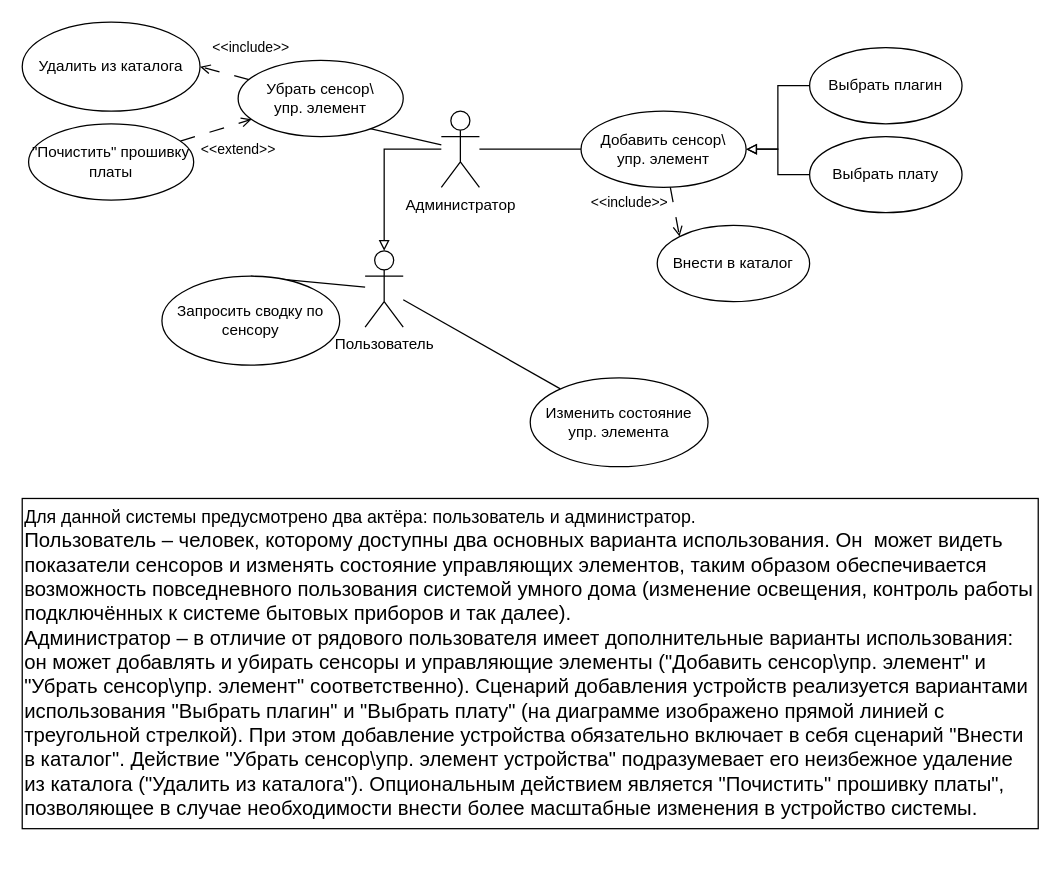
Above: LAb4/Usecases.drawio in tireks/OOAP (draw.io), before the change. Source tidied: cells renumbered, new cells numbered last; positions are measured from the earlier drawing's top-left corner, leaving out a move shared by most shapes. Both pictures are drawn from the tidied source at 127%, with x=0, y=0 at pixel (22, 22).
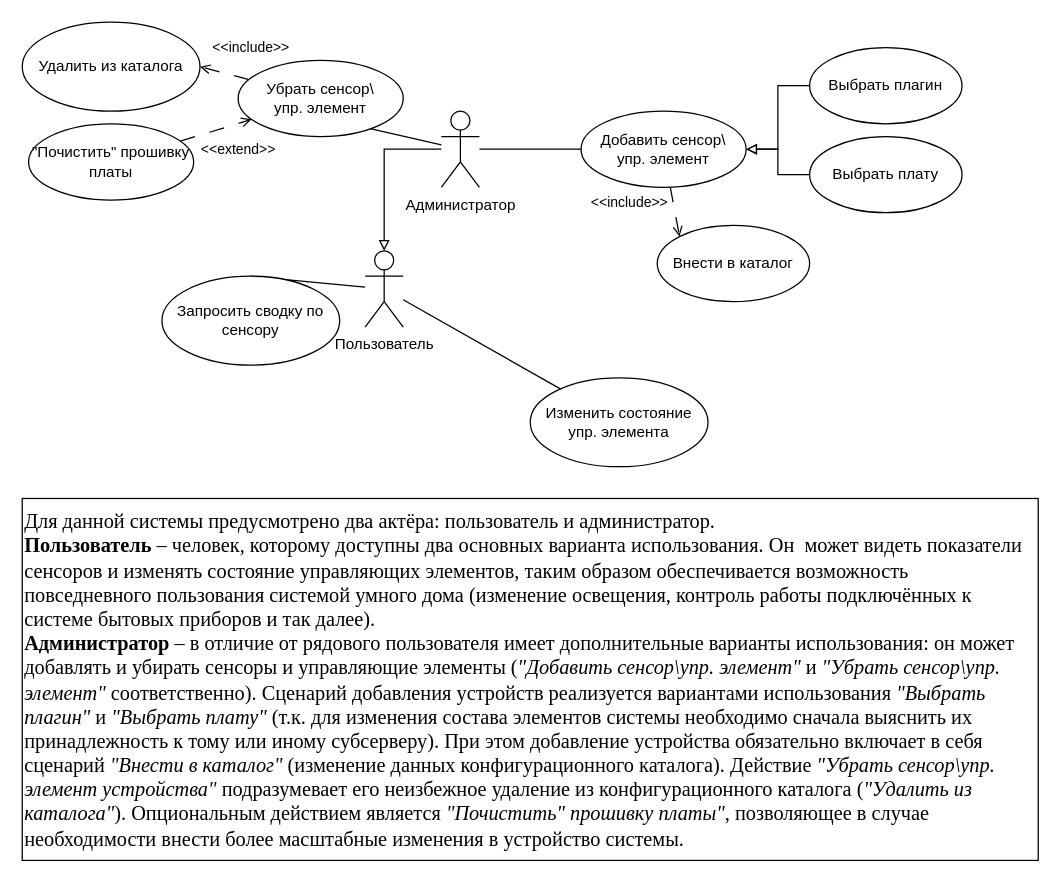
The same diagram, later.

What changed in the source:
```diff
@@
-    <mxCell id="23" value="&lt;div&gt;&lt;font style=&quot;font-size: 14px;&quot;&gt;Для данной системы предусмотрено два актёра: пользователь и администратор.&lt;/font&gt;&lt;/div&gt;&lt;div&gt;&lt;font size=&quot;3&quot;&gt;Пользователь – человек, которому доступны два основных варианта использования. Он&amp;nbsp; может видеть показатели сенсоров и изменять состояние управляющих элементов, таким образом обеспечивается возможность повседневного пользования системой умного дома (изменение освещения, контроль работы подключённых к системе бытовых приборов и так далее).&lt;/font&gt;&lt;/div&gt;&lt;div&gt;&lt;font size=&quot;3&quot;&gt;Администратор – в отличие от рядового пользователя имеет дополнительные варианты использования: он может добавлять и убирать сенсоры и управляющие элементы (&quot;Добавить сенсор\упр. элемент&quot; и &quot;Убрать сенсор\упр. элемент&quot; соответственно). Сценарий добавления устройств реализуется вариантами использования &quot;Выбрать плагин&quot; и &quot;Выбрать плату&quot; (на диаграмме изображено прямой линией с треугольной стрелкой). При этом добавление устройства обязательно включает в себя сценарий &quot;Внести в каталог&quot;. Действие &quot;Убрать сенсор\упр. элемент устройства&quot; подразумевает его неизбежное удаление из каталога (&quot;Удалить из каталога&quot;). Опциональным действием является &quot;Почистить&quot; прошивку платы&quot;, позволяющее в случае необходимости внести более масштабные изменения в устройство системы.&lt;/font&gt;&lt;/div&gt;" style="rounded=0;whiteSpace=wrap;html=1;align=left;" parent="1" vertex="1">
-      <mxGeometry y="375" width="800" height="260" as="geometry" />
+    <mxCell id="23" value="&lt;div style=&quot;font-size: 16px;&quot;&gt;&lt;font style=&quot;font-size: 16px;&quot;&gt;Для данной системы предусмотрено два актёра: пользователь и администратор.&lt;/font&gt;&lt;/div&gt;&lt;div style=&quot;font-size: 16px;&quot;&gt;&lt;font style=&quot;font-size: 16px;&quot;&gt;&lt;b&gt;Пользователь &lt;/b&gt;– человек, которому доступны два основных варианта использования. Он&amp;nbsp; может видеть показатели сенсоров и изменять состояние управляющих элементов, таким образом обеспечивается возможность повседневного пользования системой умного дома (изменение освещения, контроль работы подключённых к системе бытовых приборов и так далее).&lt;/font&gt;&lt;/div&gt;&lt;div style=&quot;font-size: 16px;&quot;&gt;&lt;font style=&quot;font-size: 16px;&quot;&gt;&lt;b&gt;Администратор &lt;/b&gt;– в отличие от рядового пользователя имеет дополнительные варианты использования: он может добавлять и убирать сенсоры и управляющие элементы (&lt;i&gt;&quot;Добавить сенсор\упр. элемент&quot;&lt;/i&gt; и &lt;i&gt;&quot;Убрать сенсор\упр. элемент&quot;&lt;/i&gt; соответственно). Сценарий добавления устройств реализуется вариантами использования &lt;i&gt;&quot;Выбрать плагин&quot;&lt;/i&gt; и &lt;i&gt;&quot;Выбрать плату&quot;&lt;/i&gt; (т.к. для изменения состава элементов системы необходимо сначала выяснить их принадлежность к тому или иному субсерверу). При этом добавление устройства обязательно включает в себя сценарий &lt;i&gt;&quot;Внести в каталог&quot; &lt;/i&gt;(изменение данных конфигурационного каталога). Действие &lt;i&gt;&quot;Убрать сенсор\упр. элемент устройства&quot;&lt;/i&gt; подразумевает его неизбежное удаление из конфигурационного каталога (&lt;i&gt;&quot;Удалить из каталога&quot;&lt;/i&gt;). Опциональным действием является &lt;i&gt;&quot;Почистить&quot; прошивку платы&quot;&lt;/i&gt;, позволяющее в случае необходимости внести более масштабные изменения в устройство системы.&amp;nbsp;&lt;/font&gt;&lt;/div&gt;" style="rounded=0;whiteSpace=wrap;html=1;align=left;fontFamily=Times New Roman;" parent="1" vertex="1">
+      <mxGeometry y="375" width="800" height="285" as="geometry" />
     </mxCell>
```
